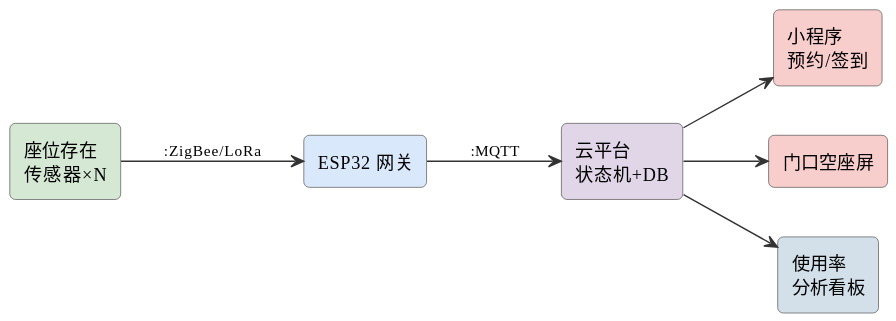
Earlier version of the PlantUML export assets/diagrams/ideas-fig125.svg (mingyi0818/IntelligentMcuCourse). Source of this version:
```plantuml
@startuml
skinparam defaultFontName "Microsoft YaHei"
skinparam rectangleRoundCorner 8
skinparam rectangleBorderColor #555
skinparam rectangleFontSize 13
skinparam arrowFontSize 11
skinparam arrowColor #333
left to right direction
rectangle "座位存在\n传感器×N" as seat #d5e8d4
rectangle "ESP32 网关" as gw #dae8fc
rectangle "云平台\n状态机+DB" as srv #e1d5e8
rectangle "小程序\n预约/签到" as app #f8cecc
rectangle "门口空座屏" as scr #f8cecc
rectangle "使用率\n分析看板" as ana #d3e0ea
seat --> gw : :ZigBee/LoRa
gw --> srv : :MQTT
srv --> app
srv --> scr
srv --> ana
@enduml
```
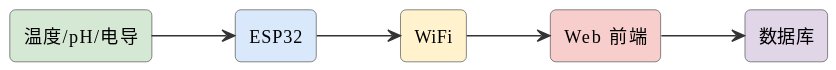
Above is the later version.

The edit, as a diff of the source:
```diff
@@ -6,15 +6,13 @@
 skinparam arrowFontSize 11
 skinparam arrowColor #333
 left to right direction
-rectangle "座位存在\n传感器×N" as seat #d5e8d4
-rectangle "ESP32 网关" as gw #dae8fc
-rectangle "云平台\n状态机+DB" as srv #e1d5e8
-rectangle "小程序\n预约/签到" as app #f8cecc
-rectangle "门口空座屏" as scr #f8cecc
-rectangle "使用率\n分析看板" as ana #d3e0ea
-seat --> gw : :ZigBee/LoRa
-gw --> srv : :MQTT
-srv --> app
-srv --> scr
-srv --> ana
+rectangle "温度/pH/电导" as s #d5e8d4
+rectangle "ESP32" as esp #dae8fc
+rectangle "WiFi" as wifi #fff2cc
+rectangle "Web 前端" as web #f8cecc
+rectangle "数据库" as db #e1d5e8
+s --> esp
+esp --> wifi
+wifi --> web
+web --> db
 @enduml
```
